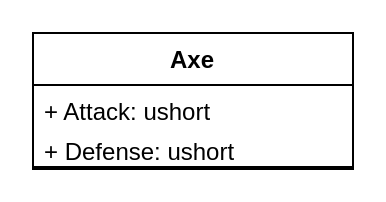
The draw.io diagram Assets/UML-diagrams/Axe.drawio in ProgramacionII-Equipo3/PII_RoleplayGame_1_Start, before the edit. Source tidied: cells renumbered, new cells numbered last; positions are measured from the earlier drawing's top-left corner, leaving out a move shared by most shapes. Both pictures are drawn from the tidied source at 200%, with x=0, y=0 at pixel (32, 32).
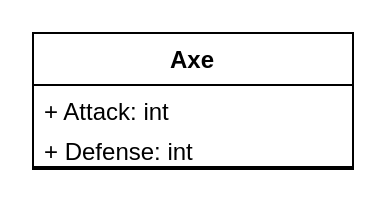
The same page after the edit.

What changed in the source:
```diff
@@
 <mxGraphModel>
   <root>
     <mxCell id="0" />
     <mxCell id="1" parent="0" />
     <mxCell id="2" value="Axe" style="swimlane;fontStyle=1;align=center;verticalAlign=top;horizontal=1;startSize=26;" parent="1" vertex="1">
       <mxGeometry width="160" height="68" as="geometry" />
     </mxCell>
-    <mxCell id="3" value="+ Attack: ushort" style="text;strokeColor=none;fillColor=none;align=left;verticalAlign=top;spacingLeft=4;spacingRight=4;overflow=hidden;" parent="2" vertex="1">
+    <mxCell id="3" value="+ Attack: int" style="text;strokeColor=none;fillColor=none;align=left;verticalAlign=top;spacingLeft=4;spacingRight=4;overflow=hidden;" parent="2" vertex="1">
       <mxGeometry y="26" width="160" height="20" as="geometry" />
     </mxCell>
-    <mxCell id="4" value="+ Defense: ushort" style="text;strokeColor=none;fillColor=none;align=left;verticalAlign=top;spacingLeft=4;spacingRight=4;overflow=hidden;" parent="2" vertex="1">
+    <mxCell id="4" value="+ Defense: int" style="text;strokeColor=none;fillColor=none;align=left;verticalAlign=top;spacingLeft=4;spacingRight=4;overflow=hidden;" parent="2" vertex="1">
       <mxGeometry y="46" width="160" height="20" as="geometry" />
     </mxCell>
     <mxCell id="5" style="line;strokeWidth=1;fillColor=none;align=left;verticalAlign=middle;spacingTop=-1;spacingLeft=3;spacingRight=3;labelPosition=right;" parent="2" vertex="1">
       <mxGeometry y="66" width="160" height="2" as="geometry" />
     </mxCell>
   </root>
 </mxGraphModel>
```
